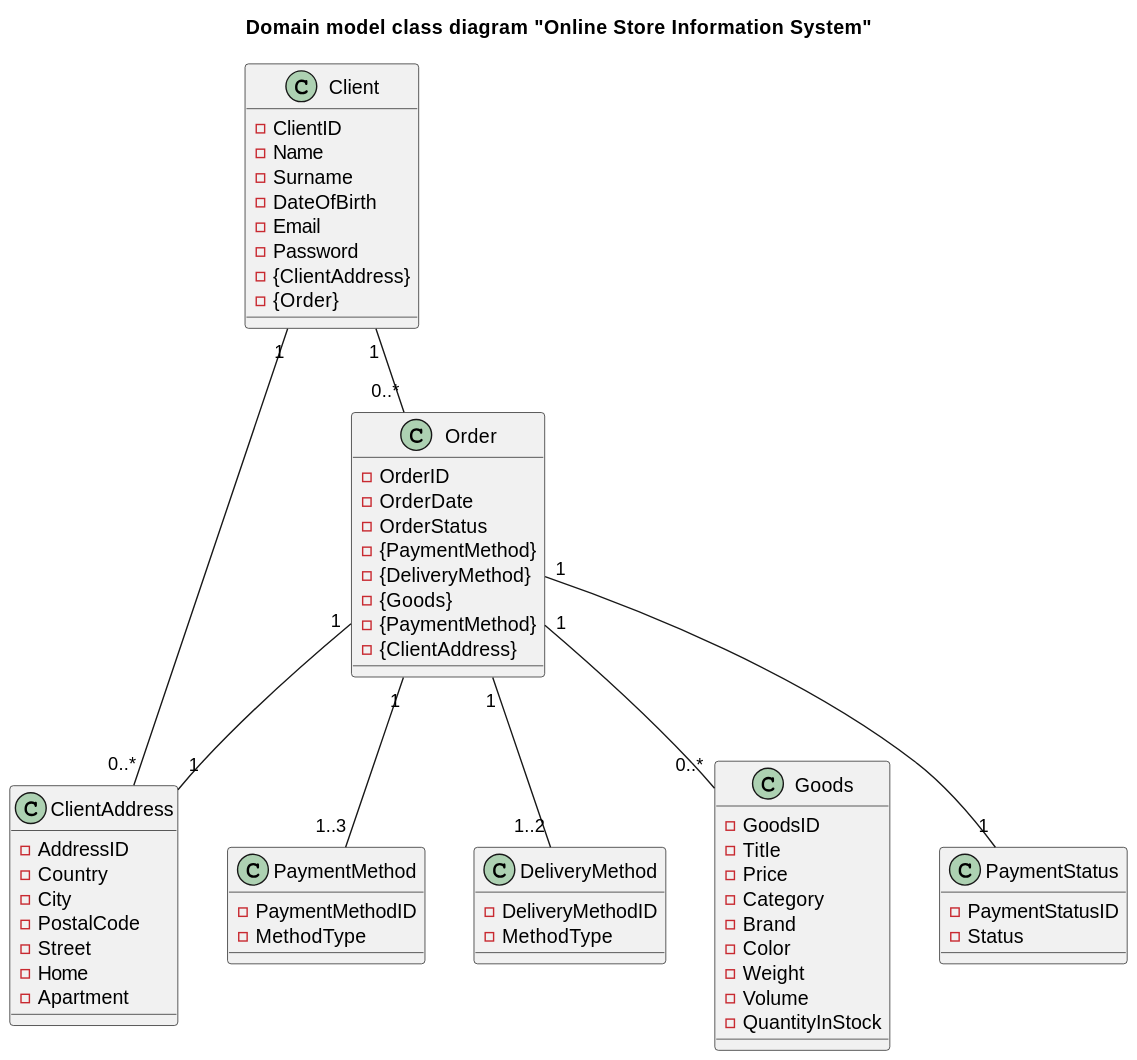
Above: docs/out/OnlineStoreInformationSystem.svg in electroautomatic/TonyStar (PlantUML), before the change.
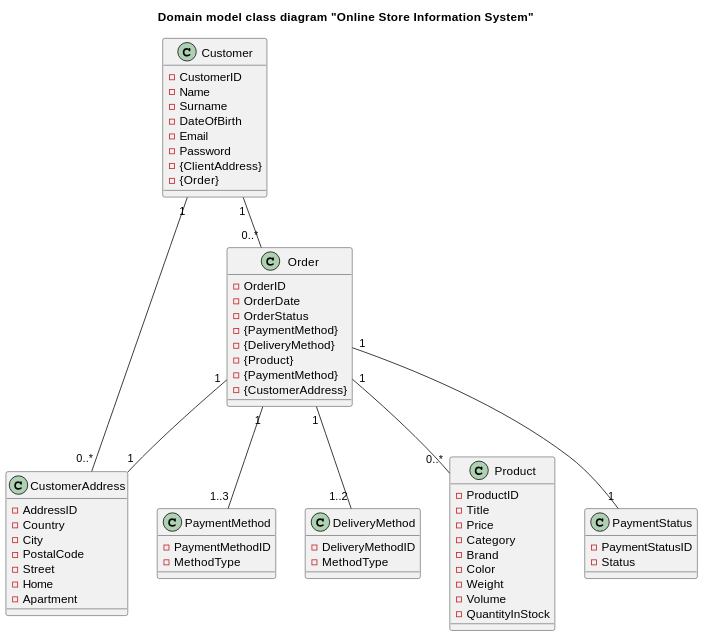
After the change.

Commit message:
domain diagram update_1

What changed in the source:
```diff
@@ -1,5 +1,4 @@
-@startuml OnlineStoreInformationSystem
-
+@startuml
 !define ENTITY class
 
 title Domain model class diagram  "Online Store Information System"
@@ -10,13 +9,13 @@
   - OrderStatus
   - {PaymentMethod}
   - {DeliveryMethod}
-  - {Goods}
+  - {Product}
   - {PaymentMethod}
-  - {ClientAddress}
+  - {CustomerAddress}
 }
 
-ENTITY Client {
-  - ClientID
+ENTITY Customer {
+  - CustomerID
   - Name
   - Surname
   - DateOfBirth
@@ -26,7 +25,7 @@
   - {Order}
 }
 
-ENTITY ClientAddress {
+ENTITY CustomerAddress {
   - AddressID
   - Country
   - City
@@ -46,8 +45,8 @@
   - MethodType
 }
 
-ENTITY Goods {
-  - GoodsID
+ENTITY Product {
+  - ProductID
   - Title
   - Price
   - Category
@@ -64,12 +63,11 @@
 }
 
 
-Client "1" -- "0..*" Order
-Order "1" -- "1" ClientAddress
+Customer "1" -- "0..*" Order
+Order "1" -- "1" CustomerAddress
 Order "1" -- "1..3" PaymentMethod
 Order "1" -- "1..2" DeliveryMethod
-Order "1" -- "0..*" Goods
+Order "1" -- "0..*" Product
 Order "1" -- "1" PaymentStatus
-Client "1" -- "0..*" ClientAddress
-
+Customer "1" -- "0..*" CustomerAddress
 @enduml
```
